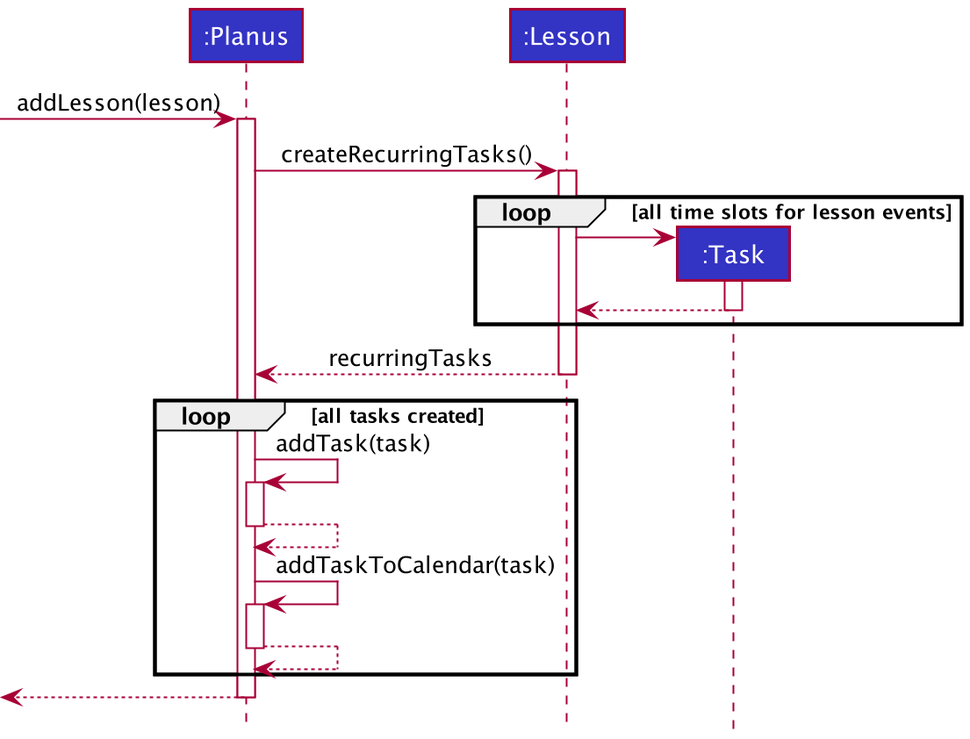
Above: docs/images/AddLessonSequenceDiagram.png in nus-cs2103-AY2021S1/tp (PlantUML), before the change.
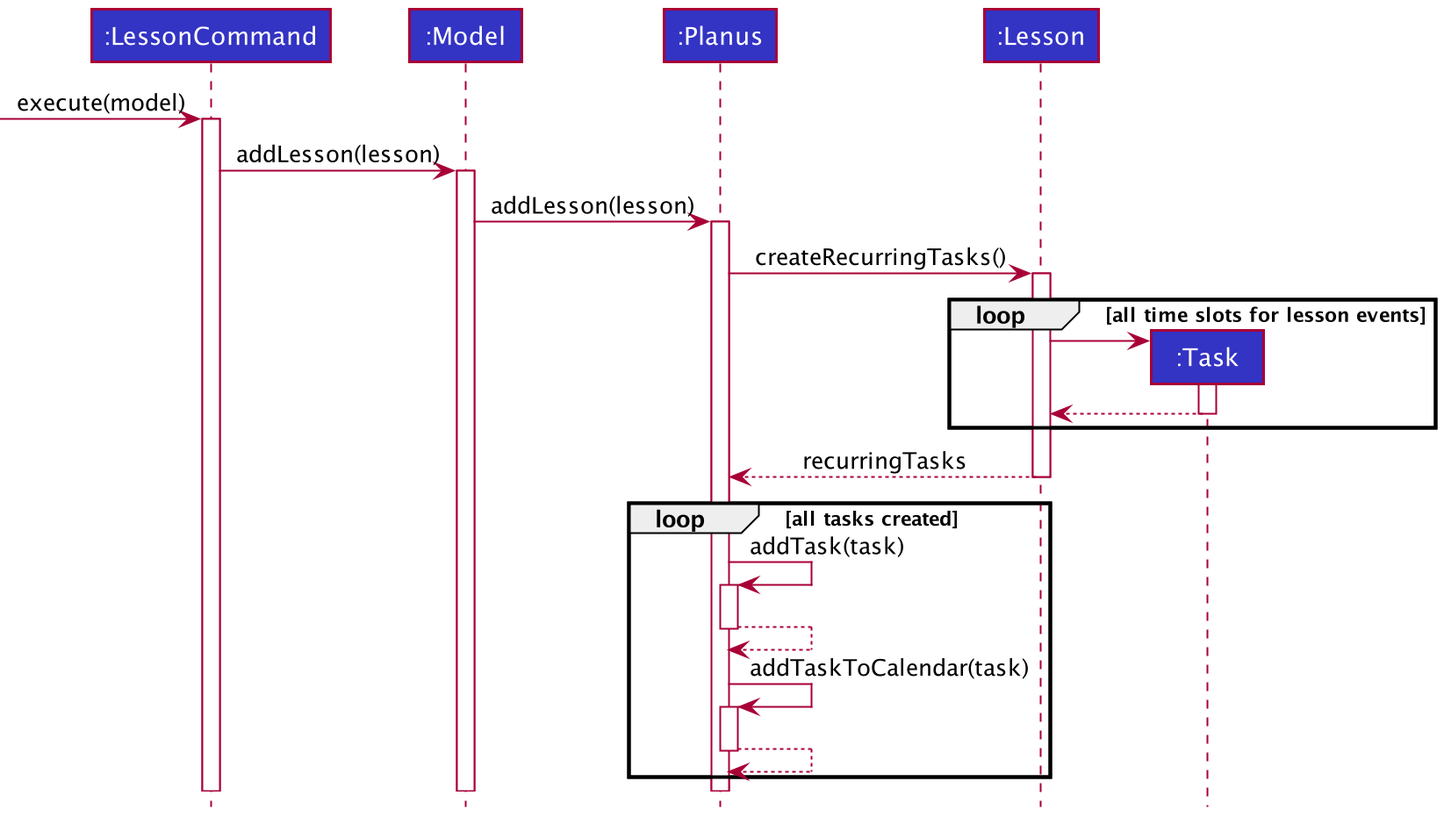
Later version of the same file.

What changed in the source:
```diff
@@ -2,11 +2,15 @@
 autoactivate on
 !include ./style.puml
 
+Participant ":LessonCommand" as lc LOGIC_COLOR
+Participant ":Model" as model LOGIC_COLOR
 Participant ":Planus" as planus LOGIC_COLOR
 Participant ":Lesson" as lesson LOGIC_COLOR
 Participant ":Task" as task LOGIC_COLOR
 
-[-> planus: addLesson(lesson)
+[-> lc: execute(model)
+lc -> model: addLesson(lesson)
+model -> planus: addLesson(lesson)
 planus -> lesson: createRecurringTasks()
 loop all time slots for lesson events
 create task
@@ -20,6 +24,5 @@
 planus -> planus: addTaskToCalendar(task)
 return
 end
-return
 
 @enduml
```
